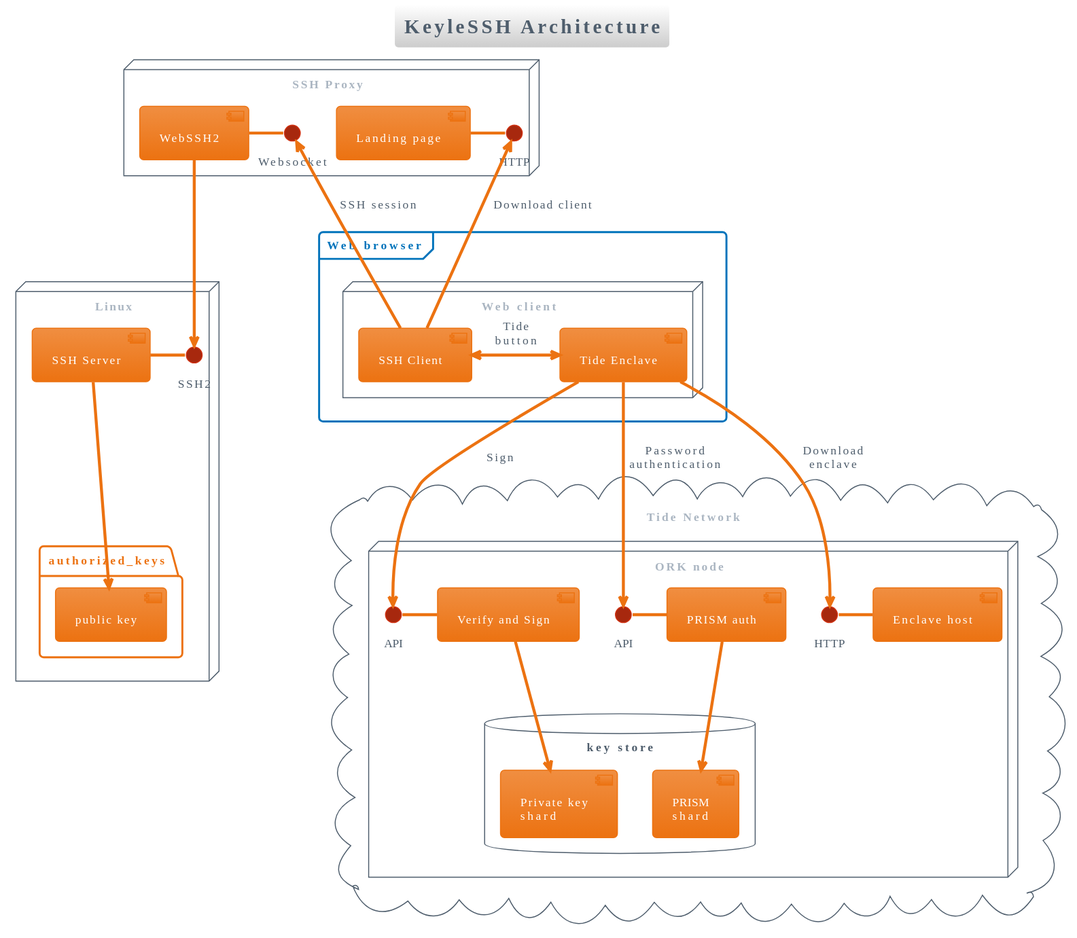
Before: diagrams/svg/KeyleSSH Architecture.svg, a diagram exported from PlantUML (tide-foundation/KeyleSSH).
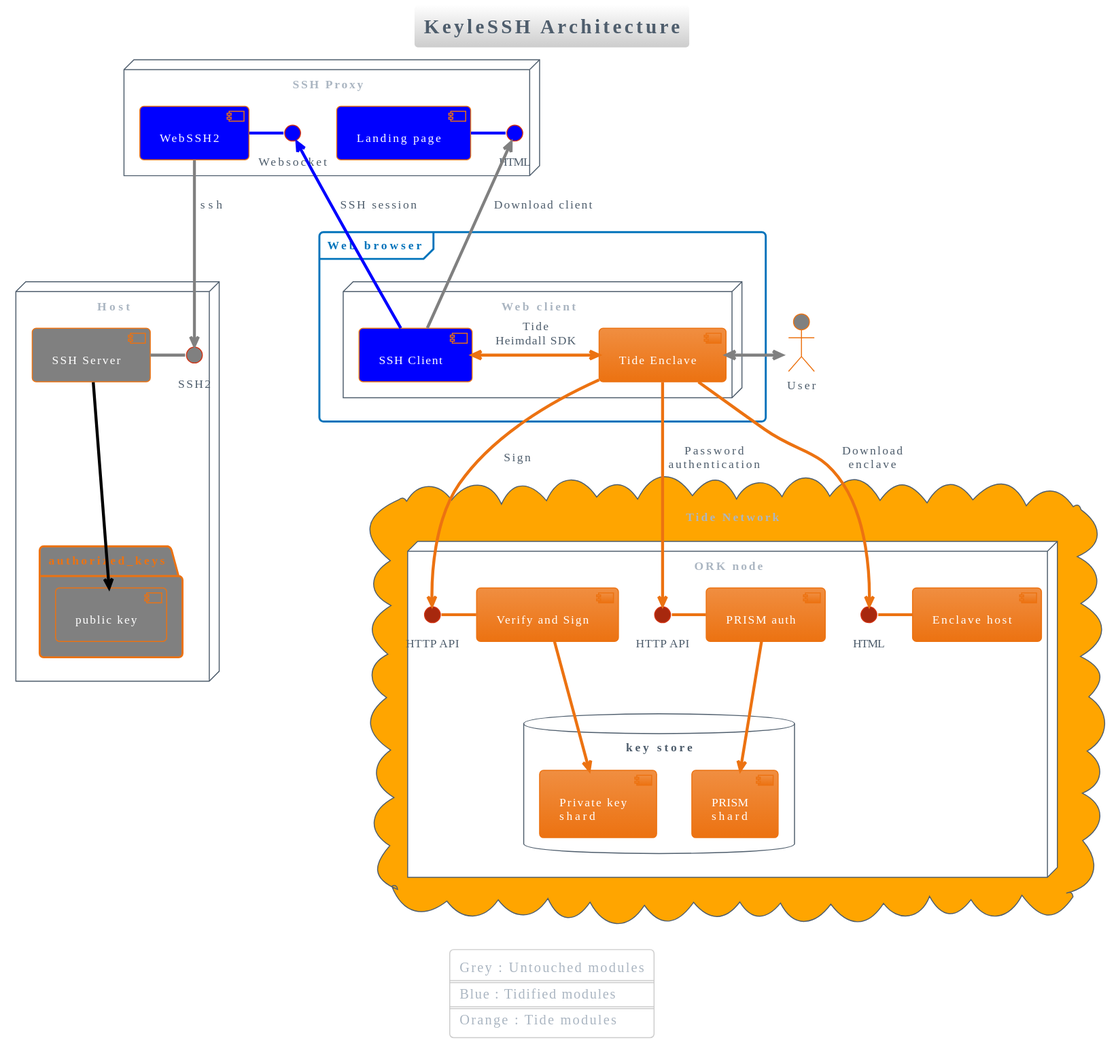
Above is the later version.

Commit message:
:rocket: Adding Generated PlantUML Diagrams

The edit, as a diff of the source:
```diff
@@ -2,36 +2,45 @@
 title KeyleSSH Architecture
 !include https://raw.githubusercontent.com/bschwarz/puml-themes/master/themes/aws-orange-light/puml-theme-aws-orange-light.puml
 
-node "Linux" {
-    [SSH Server] - SSH2
-    folder "authorized_keys" {
-        [public key] as cvkpub
+actor "User" as user #grey
+
+node "Host" {
+    interface SSH2 #grey
+    component [SSH Server] #grey
+    [SSH Server] - SSH2 #grey
+    folder "authorized_keys" #grey {
+        [public key] as cvkpub #grey
     }
 }
-[SSH Server] --> [cvkpub]
+[SSH Server] --> [cvkpub] #black
 
 node "SSH Proxy" {
-    Websocket - [WebSSH2]
-    interface "HTTP" as http1
-    [Landing page] - http1
+    interface Websocket #blue
+    component [WebSSH2] #Blue
+    Websocket - [WebSSH2] #blue
+    interface "HTML" as http1 #blue
+    component [Landing page] #blue
+    [Landing page] - http1 #blue
 }
-[WebSSH2] --> [SSH2]
+[WebSSH2] --> [SSH2] #grey : ssh
 
-frame "Web browser" {
-    node "Web client" {
-        [SSH Client]
+frame "Web browser" as browser {
+    node "Web client" as webclient {
+        component [SSH Client] #blue
         [Tide Enclave]
     }
-    [http1] <-- [SSH Client] : Download client
-    [SSH Client] -> [Websocket] : SSH session
-    [SSH Client] <-> [Tide Enclave] : Tide\nbutton
+    [http1] <-- [SSH Client] #grey : Download client
+    [SSH Client] -> [Websocket] #blue : SSH session
+    [SSH Client] <-> [Tide Enclave] : Tide\nHeimdall SDK
 }
 
-cloud "Tide Network" {
+[Tide Enclave] <-right-> [user] #grey
+
+cloud "Tide Network" #orange {
     node "ORK node" {
-        interface "HTTP" as http2
-        interface "API" as 0
-        interface "API" as 1
+        interface "HTML" as http2
+        interface "HTTP API" as 0
+        interface "HTTP API" as 1
         http2 -[Enclave host]
         0 -[PRISM auth]
         1 - [Verify and Sign]
@@ -47,4 +56,12 @@
 [Tide Enclave] -down-> [http2] : Download\nenclave
 [Tide Enclave] -> [0] : Password\nauthentication
 [Tide Enclave] -> [1] : Sign
+
+legend
+    Grey : Untouched modules
+    ====
+    Blue : Tidified modules
+    ====
+    Orange : Tide modules
+endlegend
 @enduml
```
